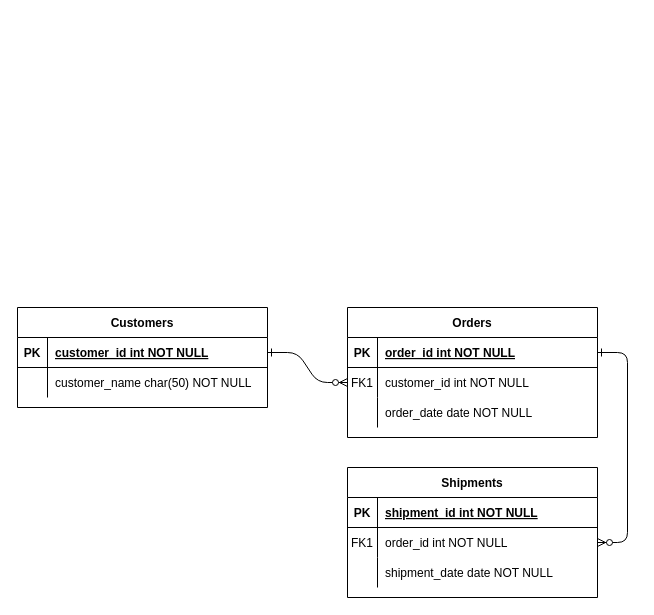
Before: 제목 없는 다이어그램.drawio in risiscafford/app.diagrams.net, a draw.io diagram. Source tidied: cells renumbered, new cells numbered last; positions are measured from the earlier drawing's top-left corner, leaving out a move shared by most shapes. Both pictures are drawn from the tidied source at 100%, with x=0, y=0 at pixel (17, 307).
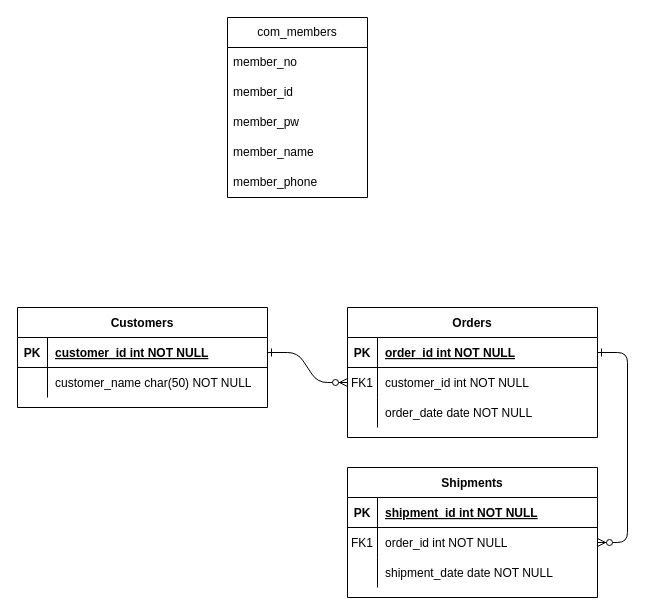
Above is the later version.

Commit message (it also covers changes not shown here):
제목 없는 다이어그램.drawio 업데이트

What changed in the source:
```diff
@@
+    <mxCell id="31" value="com_members" style="swimlane;fontStyle=0;horizontal=1;startSize=30;whiteSpace=wrap;html=1;" parent="1" vertex="1">
+      <mxGeometry x="210" y="-290" width="140" height="180" as="geometry" />
+    </mxCell>
+    <mxCell id="32" value="member_no" style="text;strokeColor=none;fillColor=none;align=left;verticalAlign=middle;spacingLeft=4;spacingRight=4;overflow=hidden;whiteSpace=wrap;html=1;" parent="31" vertex="1">
+      <mxGeometry y="30" width="140" height="30" as="geometry" />
+    </mxCell>
+    <mxCell id="33" value="member_id" style="text;strokeColor=none;fillColor=none;align=left;verticalAlign=middle;spacingLeft=4;spacingRight=4;overflow=hidden;whiteSpace=wrap;html=1;" parent="31" vertex="1">
+      <mxGeometry y="60" width="140" height="30" as="geometry" />
+    </mxCell>
+    <mxCell id="34" value="member_pw" style="text;strokeColor=none;fillColor=none;align=left;verticalAlign=middle;spacingLeft=4;spacingRight=4;overflow=hidden;whiteSpace=wrap;html=1;" parent="31" vertex="1">
+      <mxGeometry y="90" width="140" height="30" as="geometry" />
+    </mxCell>
+    <mxCell id="35" value="member_name" style="text;strokeColor=none;fillColor=none;align=left;verticalAlign=middle;spacingLeft=4;spacingRight=4;overflow=hidden;whiteSpace=wrap;html=1;" parent="31" vertex="1">
+      <mxGeometry y="120" width="140" height="30" as="geometry" />
+    </mxCell>
+    <mxCell id="36" value="member_phone" style="text;strokeColor=none;fillColor=none;align=left;verticalAlign=middle;spacingLeft=4;spacingRight=4;overflow=hidden;whiteSpace=wrap;html=1;" parent="31" vertex="1">
+      <mxGeometry y="150" width="140" height="30" as="geometry" />
+    </mxCell>
```
